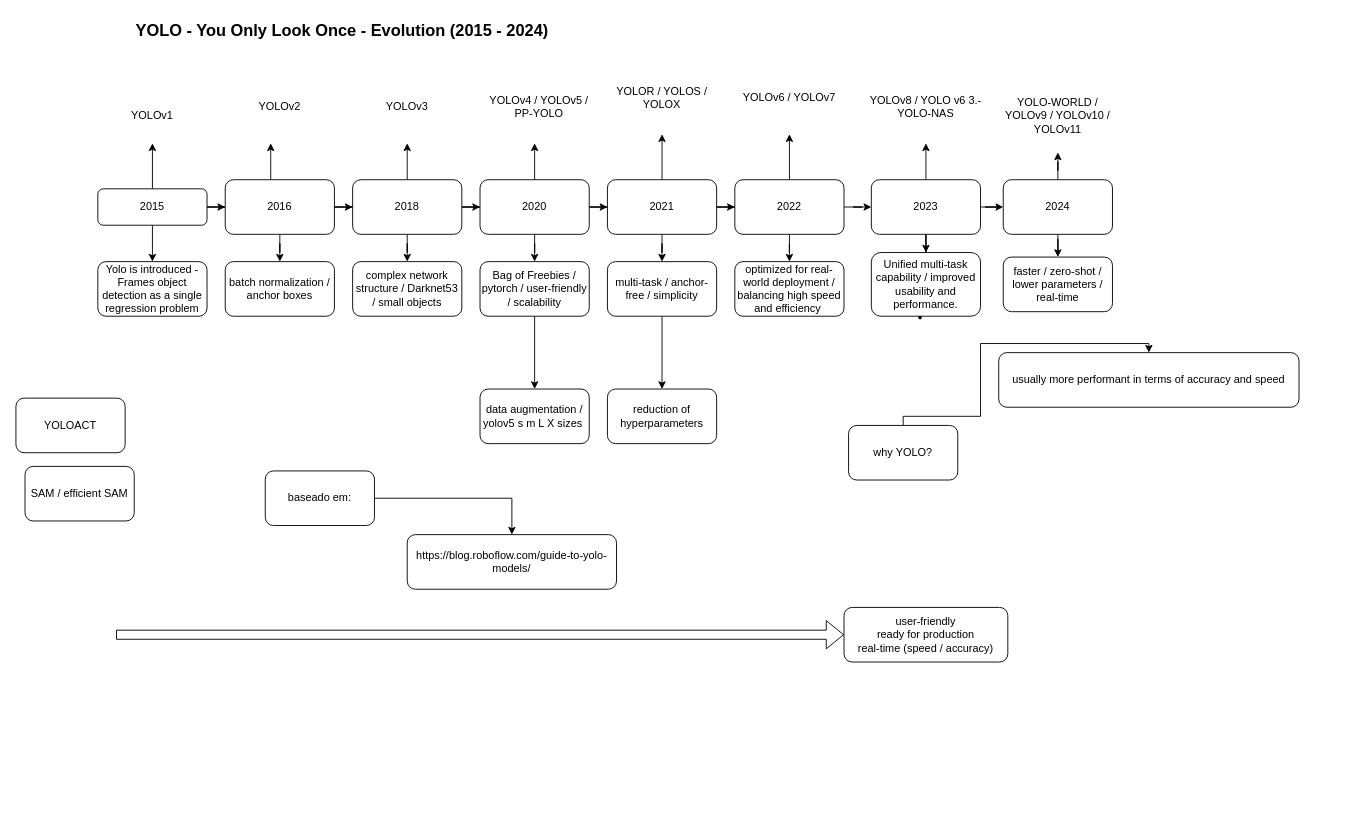
Above: YOLO_Evolution_2015_2024.drawio in fbrandao2k/Point_Cloud_TLS (draw.io), before the change. Source tidied: cells renumbered, new cells numbered last; positions are measured from the earlier drawing's top-left corner, leaving out a move shared by most shapes. Both pictures are drawn from the tidied source at 91%, with x=0, y=0 at pixel (15, 15).
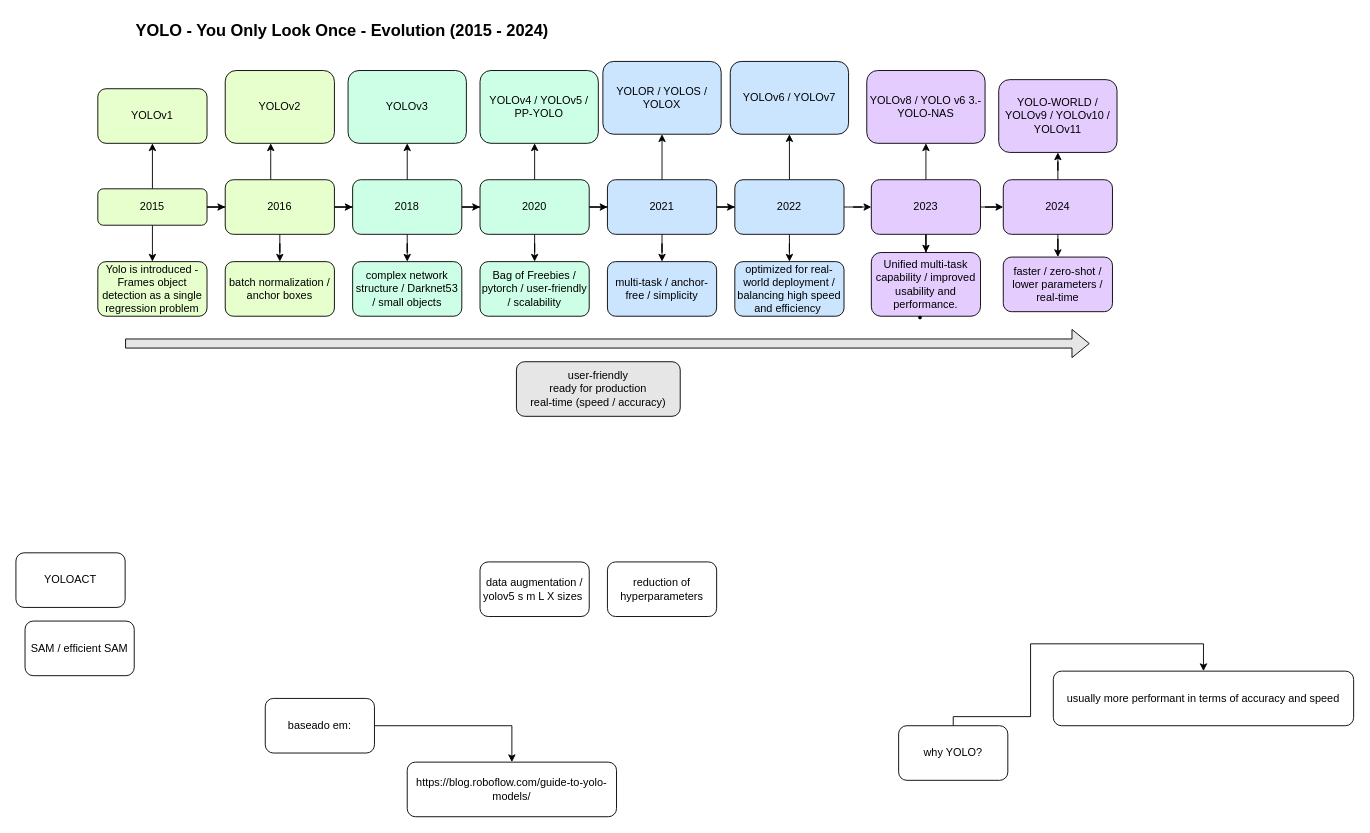
The same diagram, later.

The edit, as a diff of the source:
```diff
@@
-    <mxCell id="2" style="edgeStyle=orthogonalEdgeStyle;rounded=0;jettySize=auto;html=1;" parent="1" edge="1" source="5" target="10">
+    <mxCell id="2" style="edgeStyle=orthogonalEdgeStyle;rounded=0;jettySize=auto;html=1;fillColor=#00FF80;" parent="1" edge="1" source="5" target="10">
       <mxGeometry relative="1" as="geometry" />
     </mxCell>
-    <mxCell id="3" style="edgeStyle=orthogonalEdgeStyle;rounded=0;jettySize=auto;html=1;" parent="1" edge="1" source="5" target="14">
+    <mxCell id="3" style="edgeStyle=orthogonalEdgeStyle;rounded=0;jettySize=auto;html=1;fillColor=#00FF80;" parent="1" edge="1" source="5" target="14">
       <mxGeometry relative="1" as="geometry" />
     </mxCell>
-    <mxCell id="4" style="edgeStyle=orthogonalEdgeStyle;rounded=0;jettySize=auto;html=1;" parent="1" edge="1" source="5" target="46">
+    <mxCell id="4" style="edgeStyle=orthogonalEdgeStyle;rounded=0;jettySize=auto;html=1;fillColor=#00FF80;" parent="1" edge="1" source="5" target="46">
       <mxGeometry relative="1" as="geometry" />
     </mxCell>
-    <mxCell id="5" value="2015" style="rounded=1;whiteSpace=wrap;html=1;fontSize=12;glass=0;strokeWidth=1;shadow=0;" parent="1" vertex="1">
+    <mxCell id="5" value="2015" style="rounded=1;whiteSpace=wrap;html=1;fontSize=12;glass=0;strokeWidth=1;shadow=0;fillColor=#E6FFCC;" parent="1" vertex="1">
       <mxGeometry x="90" y="190" width="120" height="40" as="geometry" />
     </mxCell>
@@
     <mxCell id="7" value="YOLOACT" style="rounded=1;whiteSpace=wrap;html=1;" parent="1" vertex="1">
-      <mxGeometry y="420" width="120" height="60" as="geometry" />
+      <mxGeometry y="590" width="120" height="60" as="geometry" />
     </mxCell>
@@
     <mxCell id="9" value="baseado em:" style="rounded=1;whiteSpace=wrap;html=1;" parent="1" vertex="1">
-      <mxGeometry x="274" y="500" width="120" height="60" as="geometry" />
+      <mxGeometry x="274" y="750" width="120" height="60" as="geometry" />
     </mxCell>
-    <mxCell id="10" value="YOLOv1" style="whiteSpace=wrap;html=1;rounded=1;glass=0;strokeWidth=1;shadow=0;fillColor=default;strokeColor=none;" parent="1" vertex="1">
+    <mxCell id="10" value="YOLOv1" style="rounded=1;whiteSpace=wrap;html=1;fontSize=12;glass=0;strokeWidth=1;shadow=0;fillColor=#E6FFCC;" parent="1" vertex="1">
       <mxGeometry x="90" y="80" width="120" height="60" as="geometry" />
     </mxCell>
-    <mxCell id="11" style="edgeStyle=orthogonalEdgeStyle;rounded=0;jettySize=auto;html=1;" parent="1" edge="1" source="14" target="15">
+    <mxCell id="11" style="edgeStyle=orthogonalEdgeStyle;rounded=0;jettySize=auto;html=1;fillColor=#00FF80;" parent="1" edge="1" source="14" target="15">
       <mxGeometry relative="1" as="geometry">
         <Array as="points">
           <mxPoint x="280" y="150" />
           <mxPoint x="280" y="150" />
         </Array>
       </mxGeometry>
     </mxCell>
-    <mxCell id="12" style="edgeStyle=orthogonalEdgeStyle;rounded=0;jettySize=auto;html=1;" parent="1" edge="1" source="14" target="19">
+    <mxCell id="12" style="edgeStyle=orthogonalEdgeStyle;rounded=0;jettySize=auto;html=1;fillColor=#00FF80;" parent="1" edge="1" source="14" target="19">
       <mxGeometry relative="1" as="geometry" />
     </mxCell>
-    <mxCell id="13" style="edgeStyle=orthogonalEdgeStyle;rounded=0;jettySize=auto;html=1;" parent="1" edge="1" source="14" target="47">
+    <mxCell id="13" style="edgeStyle=orthogonalEdgeStyle;rounded=0;jettySize=auto;html=1;fillColor=#00FF80;" parent="1" edge="1" source="14" target="47">
       <mxGeometry relative="1" as="geometry" />
     </mxCell>
-    <mxCell id="14" value="2016" style="whiteSpace=wrap;html=1;rounded=1;glass=0;strokeWidth=1;shadow=0;" parent="1" vertex="1">
+    <mxCell id="14" value="2016" style="whiteSpace=wrap;html=1;rounded=1;glass=0;strokeWidth=1;shadow=0;fillColor=#E6FFCC;" parent="1" vertex="1">
       <mxGeometry x="230" y="180" width="120" height="60" as="geometry" />
     </mxCell>
-    <mxCell id="15" value="YOLOv2" style="whiteSpace=wrap;html=1;rounded=1;glass=0;strokeWidth=1;shadow=0;strokeColor=none;" parent="1" vertex="1">
+    <mxCell id="15" value="YOLOv2" style="rounded=1;whiteSpace=wrap;html=1;fontSize=12;glass=0;strokeWidth=1;shadow=0;fillColor=#E6FFCC;" parent="1" vertex="1">
       <mxGeometry x="230" y="60" width="120" height="80" as="geometry" />
     </mxCell>
-    <mxCell id="16" style="edgeStyle=orthogonalEdgeStyle;rounded=0;jettySize=auto;html=1;" parent="1" edge="1" source="19" target="20">
+    <mxCell id="16" style="edgeStyle=orthogonalEdgeStyle;rounded=0;jettySize=auto;html=1;fillColor=#00FF80;" parent="1" edge="1" source="19" target="20">
       <mxGeometry relative="1" as="geometry">
         <Array as="points">
           <mxPoint x="460" y="80" />
         </Array>
       </mxGeometry>
     </mxCell>
@@
-    <mxCell id="18" style="edgeStyle=orthogonalEdgeStyle;rounded=0;jettySize=auto;html=1;" parent="1" edge="1" source="19" target="48">
+    <mxCell id="18" style="edgeStyle=orthogonalEdgeStyle;rounded=0;jettySize=auto;html=1;fillColor=#00FF80;" parent="1" edge="1" source="19" target="48">
       <mxGeometry relative="1" as="geometry" />
     </mxCell>
-    <mxCell id="19" value="2018" style="whiteSpace=wrap;html=1;rounded=1;glass=0;strokeWidth=1;shadow=0;" parent="1" vertex="1">
+    <mxCell id="19" value="2018" style="whiteSpace=wrap;html=1;rounded=1;glass=0;strokeWidth=1;shadow=0;fillColor=#CCFFE6;" parent="1" vertex="1">
       <mxGeometry x="370" y="180" width="120" height="60" as="geometry" />
     </mxCell>
-    <mxCell id="20" value="YOLOv3" style="whiteSpace=wrap;html=1;rounded=1;glass=0;strokeWidth=1;shadow=0;strokeColor=none;" parent="1" vertex="1">
+    <mxCell id="20" value="YOLOv3" style="rounded=1;whiteSpace=wrap;html=1;fontSize=12;glass=0;strokeWidth=1;shadow=0;fillColor=#CCFFE6;" parent="1" vertex="1">
       <mxGeometry x="365" y="60" width="130" height="80" as="geometry" />
     </mxCell>
@@
-    <mxCell id="24" value="2020" style="whiteSpace=wrap;html=1;rounded=1;glass=0;strokeWidth=1;shadow=0;" parent="1" vertex="1">
+    <mxCell id="24" value="2020" style="rounded=1;whiteSpace=wrap;html=1;fontSize=12;glass=0;strokeWidth=1;shadow=0;fillColor=#CCFFE6;" parent="1" vertex="1">
       <mxGeometry x="510" y="180" width="120" height="60" as="geometry" />
     </mxCell>
-    <mxCell id="25" value="YOLOv4 / YOLOv5 / PP-YOLO" style="whiteSpace=wrap;html=1;rounded=1;glass=0;strokeWidth=1;shadow=0;strokeColor=none;" parent="1" vertex="1">
+    <mxCell id="25" value="YOLOv4 / YOLOv5 / PP-YOLO" style="rounded=1;whiteSpace=wrap;html=1;fontSize=12;glass=0;strokeWidth=1;shadow=0;fillColor=#CCFFE6;" parent="1" vertex="1">
       <mxGeometry x="510" y="60" width="130" height="80" as="geometry" />
     </mxCell>
@@
-    <mxCell id="29" value="2021" style="whiteSpace=wrap;html=1;rounded=1;glass=0;strokeWidth=1;shadow=0;" parent="1" vertex="1">
+    <mxCell id="29" value="2021" style="whiteSpace=wrap;html=1;rounded=1;glass=0;strokeWidth=1;shadow=0;fillColor=light-dark(#CCE5FF,var(--ge-dark-color, #121212));" parent="1" vertex="1">
       <mxGeometry x="650" y="180" width="120" height="60" as="geometry" />
     </mxCell>
-    <mxCell id="30" value="YOLOR / YOLOS / YOLOX" style="whiteSpace=wrap;html=1;rounded=1;glass=0;strokeWidth=1;shadow=0;strokeColor=none;" parent="1" vertex="1">
+    <mxCell id="30" value="YOLOR / YOLOS / YOLOX" style="whiteSpace=wrap;html=1;rounded=1;glass=0;strokeWidth=1;shadow=0;fillColor=light-dark(#CCE5FF,var(--ge-dark-color, #121212));" parent="1" vertex="1">
       <mxGeometry x="645" y="50" width="130" height="80" as="geometry" />
     </mxCell>
@@
-    <mxCell id="34" value="2022" style="whiteSpace=wrap;html=1;rounded=1;glass=0;strokeWidth=1;shadow=0;" parent="1" vertex="1">
+    <mxCell id="34" value="2022" style="whiteSpace=wrap;html=1;rounded=1;glass=0;strokeWidth=1;shadow=0;fillColor=light-dark(#CCE5FF,var(--ge-dark-color, #121212));" parent="1" vertex="1">
       <mxGeometry x="790" y="180" width="120" height="60" as="geometry" />
     </mxCell>
-    <mxCell id="35" value="YOLOv6 / YOLOv7" style="whiteSpace=wrap;html=1;rounded=1;glass=0;strokeWidth=1;shadow=0;strokeColor=none;" parent="1" vertex="1">
+    <mxCell id="35" value="YOLOv6 / YOLOv7" style="whiteSpace=wrap;html=1;rounded=1;glass=0;strokeWidth=1;shadow=0;fillColor=light-dark(#CCE5FF,var(--ge-dark-color, #121212));" parent="1" vertex="1">
       <mxGeometry x="785" y="50" width="130" height="80" as="geometry" />
     </mxCell>
@@
-    <mxCell id="39" value="2023" style="whiteSpace=wrap;html=1;rounded=1;glass=0;strokeWidth=1;shadow=0;" parent="1" vertex="1">
+    <mxCell id="39" value="2023" style="whiteSpace=wrap;html=1;rounded=1;glass=0;strokeWidth=1;shadow=0;fillColor=light-dark(#E5CCFF,var(--ge-dark-color, #121212));" parent="1" vertex="1">
       <mxGeometry x="940" y="180" width="120" height="60" as="geometry" />
     </mxCell>
-    <mxCell id="40" value="YOLOv8 / YOLO v6 3.-YOLO-NAS" style="whiteSpace=wrap;html=1;rounded=1;glass=0;strokeWidth=1;shadow=0;strokeColor=none;" parent="1" vertex="1">
+    <mxCell id="40" value="YOLOv8 / YOLO v6 3.-YOLO-NAS" style="whiteSpace=wrap;html=1;rounded=1;glass=0;strokeWidth=1;shadow=0;fillColor=light-dark(#E5CCFF,var(--ge-dark-color, #121212));" parent="1" vertex="1">
       <mxGeometry x="935" y="60" width="130" height="80" as="geometry" />
     </mxCell>
@@
-    <mxCell id="43" value="2024" style="whiteSpace=wrap;html=1;rounded=1;glass=0;strokeWidth=1;shadow=0;" parent="1" vertex="1">
+    <mxCell id="43" value="2024" style="whiteSpace=wrap;html=1;rounded=1;glass=0;strokeWidth=1;shadow=0;fillColor=light-dark(#E5CCFF,var(--ge-dark-color, #121212));" parent="1" vertex="1">
       <mxGeometry x="1085" y="180" width="120" height="60" as="geometry" />
     </mxCell>
-    <mxCell id="44" value="YOLO-WORLD / YOLOv9 / YOLOv10 / YOLOv11" style="whiteSpace=wrap;html=1;rounded=1;glass=0;strokeWidth=1;shadow=0;strokeColor=none;" parent="1" vertex="1">
+    <mxCell id="44" value="YOLO-WORLD / YOLOv9 / YOLOv10 / YOLOv11" style="whiteSpace=wrap;html=1;rounded=1;glass=0;strokeWidth=1;shadow=0;fillColor=light-dark(#E5CCFF,var(--ge-dark-color, #121212));" parent="1" vertex="1">
       <mxGeometry x="1080" y="70" width="130" height="80" as="geometry" />
     </mxCell>
     <mxCell id="45" value="https://blog.roboflow.com/guide-to-yolo-models/" style="whiteSpace=wrap;html=1;rounded=1;" parent="1" vertex="1">
-      <mxGeometry x="430" y="570" width="230" height="60" as="geometry" />
+      <mxGeometry x="430" y="820" width="230" height="60" as="geometry" />
     </mxCell>
-    <mxCell id="46" value="Yolo is introduced - Frames object detection as a single regression problem" style="whiteSpace=wrap;html=1;rounded=1;glass=0;strokeWidth=1;shadow=0;" parent="1" vertex="1">
+    <mxCell id="46" value="Yolo is introduced - Frames object detection as a single regression problem" style="whiteSpace=wrap;html=1;rounded=1;glass=0;strokeWidth=1;shadow=0;fillColor=#E6FFCC;" parent="1" vertex="1">
       <mxGeometry x="90" y="270" width="120" height="60" as="geometry" />
     </mxCell>
-    <mxCell id="47" value="batch normalization / anchor boxes" style="whiteSpace=wrap;html=1;rounded=1;glass=0;strokeWidth=1;shadow=0;" parent="1" vertex="1">
+    <mxCell id="47" value="batch normalization / anchor boxes" style="whiteSpace=wrap;html=1;rounded=1;glass=0;strokeWidth=1;shadow=0;fillColor=#E6FFCC;" parent="1" vertex="1">
       <mxGeometry x="230" y="270" width="120" height="60" as="geometry" />
     </mxCell>
-    <mxCell id="48" value="complex network structure / Darknet53 / small objects" style="whiteSpace=wrap;html=1;rounded=1;glass=0;strokeWidth=1;shadow=0;" parent="1" vertex="1">
+    <mxCell id="48" value="complex network structure / Darknet53 / small objects" style="whiteSpace=wrap;html=1;rounded=1;glass=0;strokeWidth=1;shadow=0;fillColor=#CCFFE6;" parent="1" vertex="1">
       <mxGeometry x="370" y="270" width="120" height="60" as="geometry" />
     </mxCell>
     <mxCell id="49" style="edgeStyle=orthogonalEdgeStyle;rounded=0;jettySize=auto;html=1;" parent="1" edge="1" source="50" target="51">
       <mxGeometry relative="1" as="geometry">
         <Array as="points">
-          <mxPoint x="1060" y="440" />
-          <mxPoint x="1060" y="360" />
+          <mxPoint x="1115" y="770" />
+          <mxPoint x="1115" y="690" />
         </Array>
       </mxGeometry>
     </mxCell>
     <mxCell id="50" value="why YOLO?" style="rounded=1;whiteSpace=wrap;html=1;" parent="1" vertex="1">
-      <mxGeometry x="915" y="450" width="120" height="60" as="geometry" />
+      <mxGeometry x="970" y="780" width="120" height="60" as="geometry" />
     </mxCell>
     <mxCell id="51" value="usually more performant in terms of accuracy and speed" style="whiteSpace=wrap;html=1;rounded=1;" parent="1" vertex="1">
-      <mxGeometry x="1080" y="370" width="330" height="60" as="geometry" />
+      <mxGeometry x="1140" y="720" width="330" height="60" as="geometry" />
     </mxCell>
-    <mxCell id="52" style="edgeStyle=orthogonalEdgeStyle;rounded=0;jettySize=auto;html=1;" parent="1" edge="1" source="53" target="56">
-      <mxGeometry relative="1" as="geometry" />
-    </mxCell>
-    <mxCell id="53" value="Bag of Freebies / pytorch / user-friendly / scalability" style="whiteSpace=wrap;html=1;rounded=1;glass=0;strokeWidth=1;shadow=0;" parent="1" vertex="1">
+    <mxCell id="53" value="Bag of Freebies / pytorch / user-friendly / scalability" style="rounded=1;whiteSpace=wrap;html=1;fontSize=12;glass=0;strokeWidth=1;shadow=0;fillColor=#CCFFE6;" parent="1" vertex="1">
       <mxGeometry x="510" y="270" width="120" height="60" as="geometry" />
     </mxCell>
-    <mxCell id="54" style="edgeStyle=orthogonalEdgeStyle;rounded=0;jettySize=auto;html=1;" parent="1" edge="1" source="55" target="57">
-      <mxGeometry relative="1" as="geometry" />
-    </mxCell>
-    <mxCell id="55" value="multi-task / anchor-free / simplicity" style="whiteSpace=wrap;html=1;rounded=1;glass=0;strokeWidth=1;shadow=0;" parent="1" vertex="1">
+    <mxCell id="55" value="multi-task / anchor-free / simplicity" style="whiteSpace=wrap;html=1;rounded=1;glass=0;strokeWidth=1;shadow=0;fillColor=light-dark(#CCE5FF,var(--ge-dark-color, #121212));" parent="1" vertex="1">
       <mxGeometry x="650" y="270" width="120" height="60" as="geometry" />
     </mxCell>
     <mxCell id="56" value="data augmentation / yolov5 s m L X sizes&amp;nbsp;" style="whiteSpace=wrap;html=1;rounded=1;glass=0;strokeWidth=1;shadow=0;" parent="1" vertex="1">
-      <mxGeometry x="510" y="410" width="120" height="60" as="geometry" />
+      <mxGeometry x="510" y="600" width="120" height="60" as="geometry" />
     </mxCell>
     <mxCell id="57" value="reduction of hyperparameters" style="whiteSpace=wrap;html=1;rounded=1;glass=0;strokeWidth=1;shadow=0;" parent="1" vertex="1">
-      <mxGeometry x="650" y="410" width="120" height="60" as="geometry" />
+      <mxGeometry x="650" y="600" width="120" height="60" as="geometry" />
     </mxCell>
-    <mxCell id="58" value="&lt;br&gt;Unified multi-task capability /&amp;nbsp;&lt;span style=&quot;background-color: transparent; color: light-dark(rgb(0, 0, 0), rgb(255, 255, 255));&quot;&gt;improved usability and performance.&lt;/span&gt;&lt;li&gt;&lt;/li&gt;" style="whiteSpace=wrap;html=1;rounded=1;glass=0;strokeWidth=1;shadow=0;" parent="1" vertex="1">
+    <mxCell id="58" value="&lt;br&gt;Unified multi-task capability /&amp;nbsp;&lt;span style=&quot;background-color: transparent; color: light-dark(rgb(0, 0, 0), rgb(255, 255, 255));&quot;&gt;improved usability and performance.&lt;/span&gt;&lt;li&gt;&lt;/li&gt;" style="whiteSpace=wrap;html=1;rounded=1;glass=0;strokeWidth=1;shadow=0;fillColor=light-dark(#E5CCFF,var(--ge-dark-color, #121212));" parent="1" vertex="1">
       <mxGeometry x="940" y="260" width="120" height="70" as="geometry" />
     </mxCell>
-    <mxCell id="59" value="optimized for real-world deployment / balancing high speed and efficiency&amp;nbsp;" style="whiteSpace=wrap;html=1;rounded=1;glass=0;strokeWidth=1;shadow=0;" parent="1" vertex="1">
+    <mxCell id="59" value="optimized for real-world deployment / balancing high speed and efficiency&amp;nbsp;" style="whiteSpace=wrap;html=1;rounded=1;glass=0;strokeWidth=1;shadow=0;fillColor=light-dark(#CCE5FF,var(--ge-dark-color, #121212));" parent="1" vertex="1">
       <mxGeometry x="790" y="270" width="120" height="60" as="geometry" />
     </mxCell>
-    <mxCell id="60" value="faster / zero-shot / lower parameters / real-time" style="whiteSpace=wrap;html=1;rounded=1;glass=0;strokeWidth=1;shadow=0;" parent="1" vertex="1">
+    <mxCell id="60" value="faster / zero-shot / lower parameters / real-time" style="whiteSpace=wrap;html=1;rounded=1;glass=0;strokeWidth=1;shadow=0;fillColor=light-dark(#E5CCFF,var(--ge-dark-color, #121212));" parent="1" vertex="1">
       <mxGeometry x="1085" y="265" width="120" height="60" as="geometry" />
     </mxCell>
-    <mxCell id="61" style="shape=flexArrow;endArrow=classic;html=1;rounded=0;" parent="1" edge="1" target="62">
+    <mxCell id="61" style="shape=flexArrow;endArrow=classic;html=1;rounded=0;fillColor=#E6E6E6;" parent="1" edge="1">
       <mxGeometry relative="1" as="geometry">
-        <mxPoint x="110" y="680" as="sourcePoint" />
+        <mxPoint x="120" y="360" as="sourcePoint" />
+        <mxPoint x="1180" y="360" as="targetPoint" />
       </mxGeometry>
     </mxCell>
-    <mxCell id="62" value="user-friendly&lt;div&gt;ready for production&lt;/div&gt;&lt;div&gt;real-time (speed / accuracy)&lt;/div&gt;" style="rounded=1;whiteSpace=wrap;html=1;" parent="1" vertex="1">
-      <mxGeometry x="910" y="650" width="180" height="60" as="geometry" />
+    <mxCell id="62" value="user-friendly&lt;div&gt;ready for production&lt;/div&gt;&lt;div&gt;real-time (speed / accuracy)&lt;/div&gt;" style="rounded=1;whiteSpace=wrap;html=1;fillColor=#E6E6E6;" parent="1" vertex="1">
+      <mxGeometry x="550" y="380" width="180" height="60" as="geometry" />
     </mxCell>
     <mxCell id="63" value="SAM / efficient SAM" style="rounded=1;whiteSpace=wrap;html=1;" parent="1" vertex="1">
-      <mxGeometry x="10" y="495" width="120" height="60" as="geometry" />
+      <mxGeometry x="10" y="665" width="120" height="60" as="geometry" />
     </mxCell>
```
